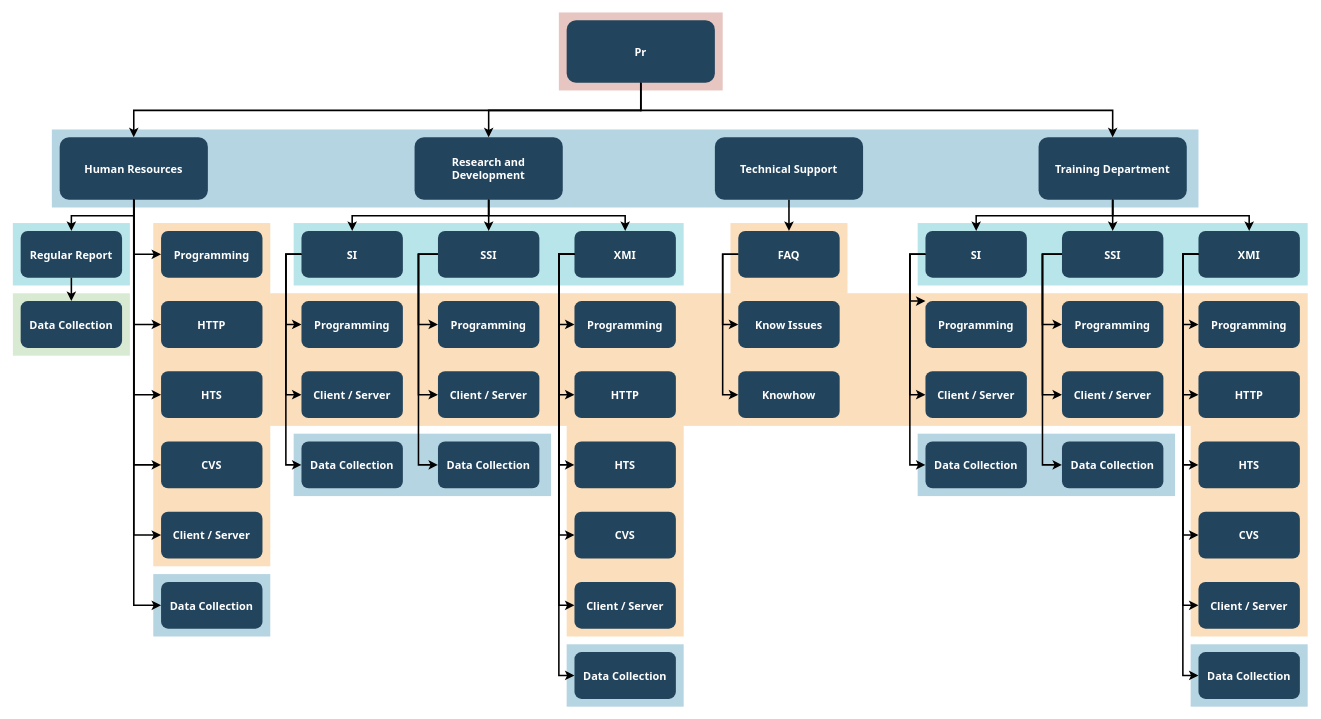
Earlier version of the draw.io diagram fighting_ai_diagram.drawio.xml (fuchsisst/fighting_ai). Source tidied: cells renumbered, new cells numbered last; positions are measured from the earlier drawing's top-left corner, leaving out a move shared by most shapes. Both pictures are drawn from the tidied source at 78%, with x=0, y=0 at pixel (12, 12).
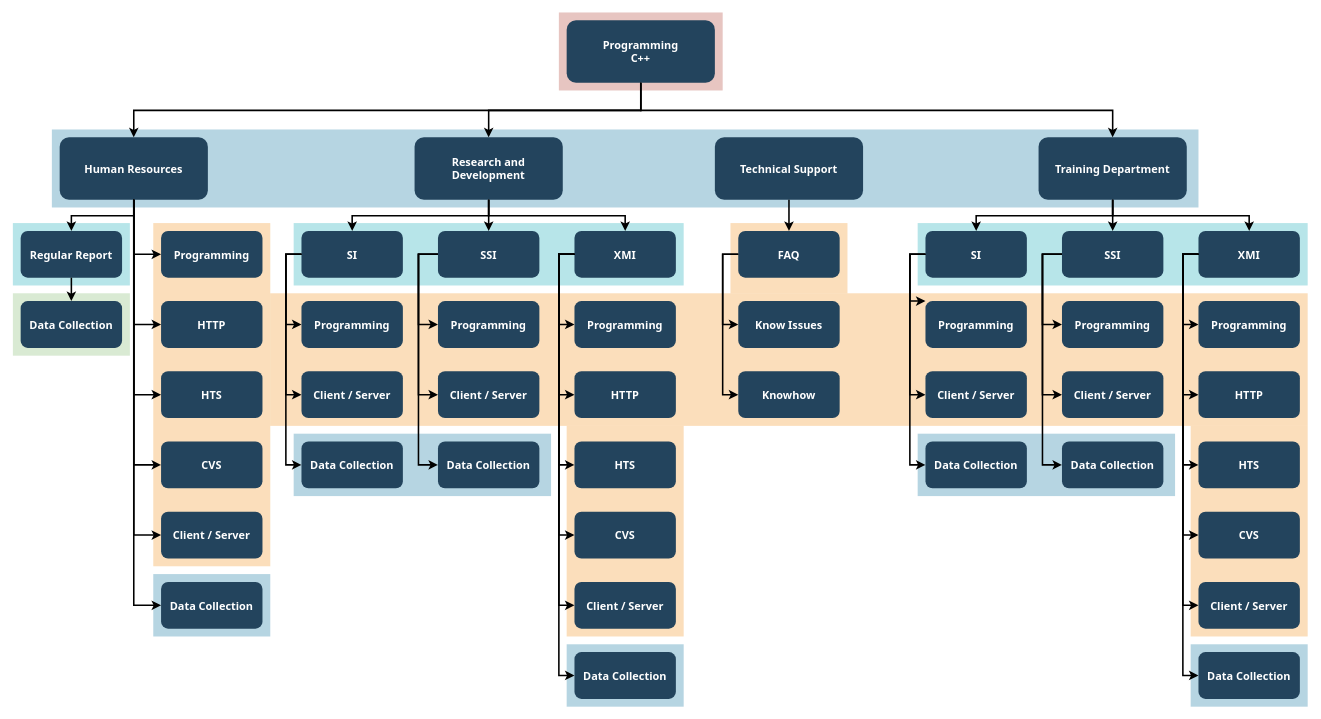
The same diagram, later.

Commit message:
Made some changes to diagram!

Diff of the diagram source:
```diff
@@
-    <mxCell id="18" value="Pr" style="rounded=1;fillColor=#23445D;gradientColor=none;strokeColor=none;fontColor=#FFFFFF;fontStyle=1;fontFamily=Tahoma;fontSize=14;" parent="1" vertex="1">
+    <mxCell id="18" value="Programming&#10;C++" style="rounded=1;fillColor=#23445D;gradientColor=none;strokeColor=none;fontColor=#FFFFFF;fontStyle=1;fontFamily=Tahoma;fontSize=14;" parent="1" vertex="1">
       <mxGeometry x="710" y="9.5" width="190" height="80" as="geometry" />
     </mxCell>
```
